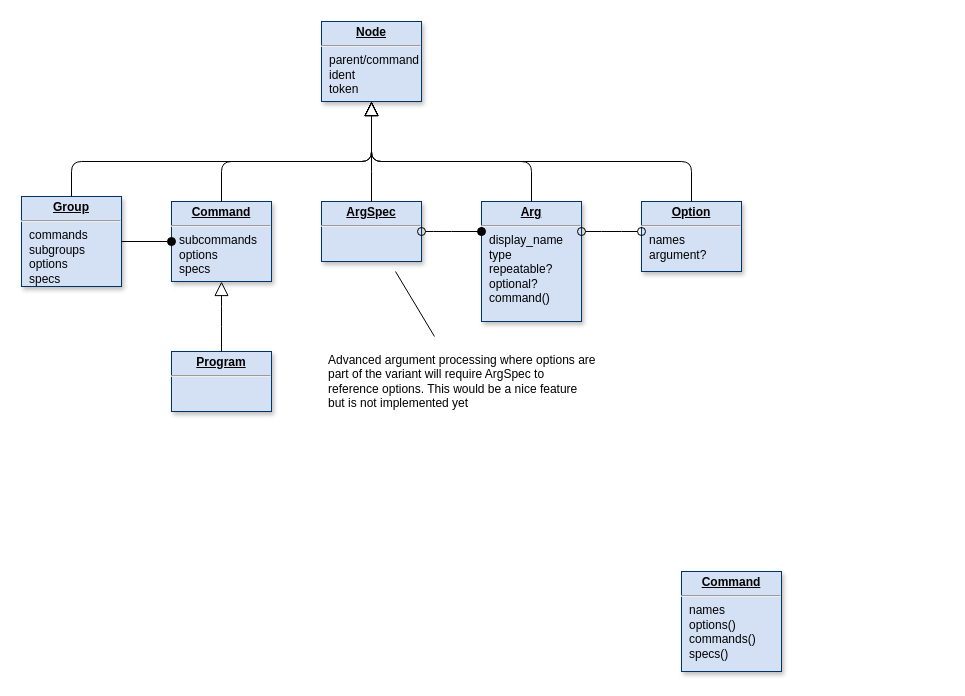
The draw.io diagram page "Grammar" (2 of 7) of doc/diagram.drawio in clrgit/shellopts, before the edit. Source tidied: cells renumbered, new cells numbered last; positions are measured from the earlier drawing's top-left corner, leaving out a move shared by most shapes. Both pictures are drawn from the tidied source at 100%, with x=0, y=0 at pixel (21, 21).
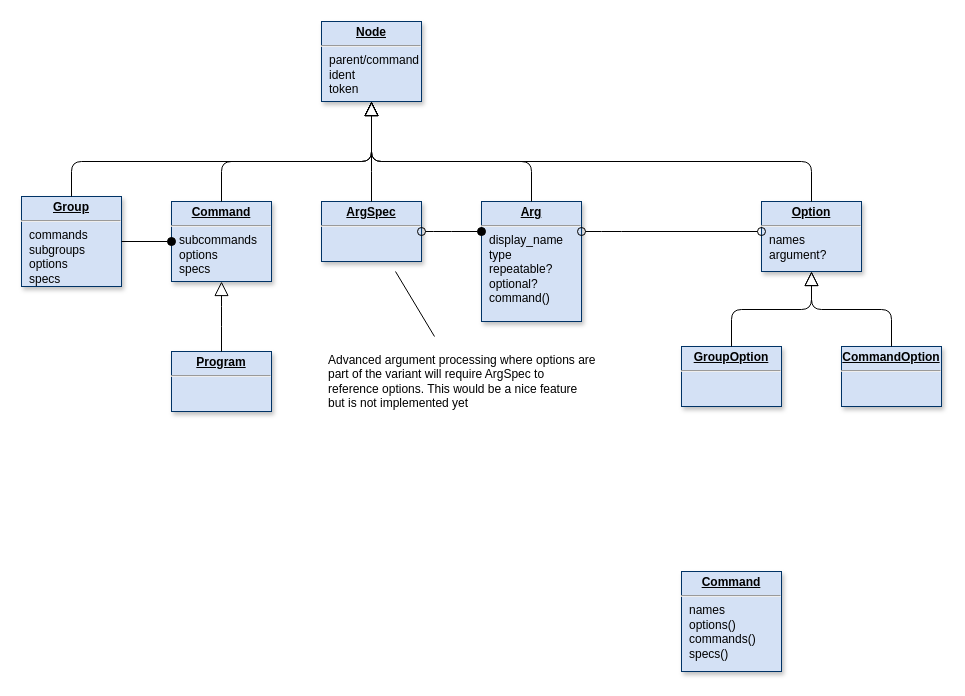
The same page after the edit.

Diff of the diagram source:
```diff
@@
     <mxCell id="3" value="&lt;p style=&quot;margin: 0px ; margin-top: 4px ; text-align: center ; text-decoration: underline&quot;&gt;&lt;b&gt;Option&lt;/b&gt;&lt;/p&gt;&lt;hr&gt;&lt;p style=&quot;margin: 0px ; margin-left: 8px&quot;&gt;&lt;span&gt;names&lt;/span&gt;&lt;br&gt;&lt;/p&gt;&lt;p style=&quot;margin: 0px ; margin-left: 8px&quot;&gt;&lt;span&gt;argument?&lt;/span&gt;&lt;/p&gt;" style="verticalAlign=top;align=left;overflow=fill;fontSize=12;fontFamily=Helvetica;html=1;shadow=1;strokeColor=#003366;fillColor=#D4E1F5;" parent="1" vertex="1">
-      <mxGeometry x="620" y="180" width="100" height="70" as="geometry" />
+      <mxGeometry x="740" y="180" width="100" height="70" as="geometry" />
     </mxCell>
@@
+    <mxCell id="27" value="&lt;p style=&quot;margin: 0px ; margin-top: 4px ; text-align: center ; text-decoration: underline&quot;&gt;&lt;b&gt;GroupOption&lt;/b&gt;&lt;/p&gt;&lt;hr&gt;&lt;p style=&quot;margin: 0px ; margin-left: 8px&quot;&gt;&lt;br&gt;&lt;/p&gt;" style="verticalAlign=top;align=left;overflow=fill;fontSize=12;fontFamily=Helvetica;html=1;shadow=1;strokeColor=#003366;fillColor=#D4E1F5;" parent="1" vertex="1">
+      <mxGeometry x="660" y="325" width="100" height="60" as="geometry" />
+    </mxCell>
+    <mxCell id="28" value="&lt;p style=&quot;margin: 0px ; margin-top: 4px ; text-align: center ; text-decoration: underline&quot;&gt;&lt;b&gt;CommandOption&lt;/b&gt;&lt;/p&gt;&lt;hr&gt;&lt;p style=&quot;margin: 0px ; margin-left: 8px&quot;&gt;&lt;br&gt;&lt;/p&gt;" style="verticalAlign=top;align=left;overflow=fill;fontSize=12;fontFamily=Helvetica;html=1;shadow=1;strokeColor=#003366;fillColor=#D4E1F5;" parent="1" vertex="1">
+      <mxGeometry x="820" y="325" width="100" height="60" as="geometry" />
+    </mxCell>
+    <mxCell id="29" style="endArrow=block;endFill=0;endSize=12;html=1;labelBackgroundColor=#FFFFFF;elbow=vertical;edgeStyle=elbowEdgeStyle;" parent="1" edge="1" source="27" target="3">
+      <mxGeometry relative="1" as="geometry" />
+    </mxCell>
+    <mxCell id="30" style="endArrow=block;endFill=0;endSize=12;html=1;labelBackgroundColor=#FFFFFF;elbow=vertical;edgeStyle=elbowEdgeStyle;" parent="1" edge="1" source="28" target="3">
+      <mxGeometry relative="1" as="geometry" />
+    </mxCell>
```
